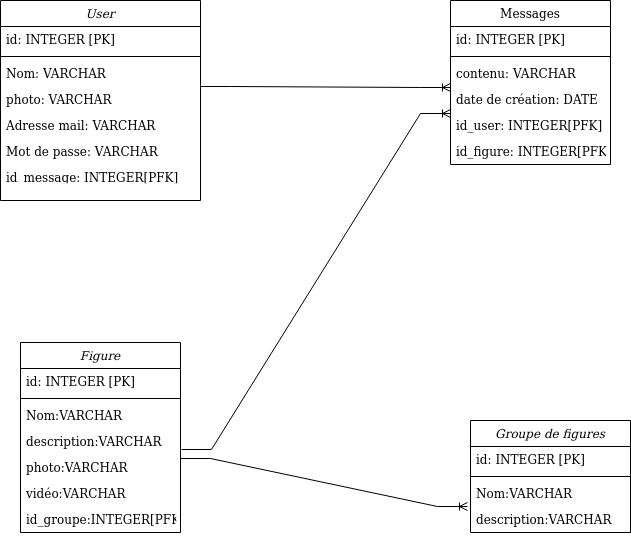
Earlier version of the draw.io export diagrammes de classes/mpd-snowtricks.png (marinejourdan/snowtricks). Source tidied: cells renumbered, new cells last; positions are measured from the earlier drawing's top-left corner, leaving out a move shared by most shapes.
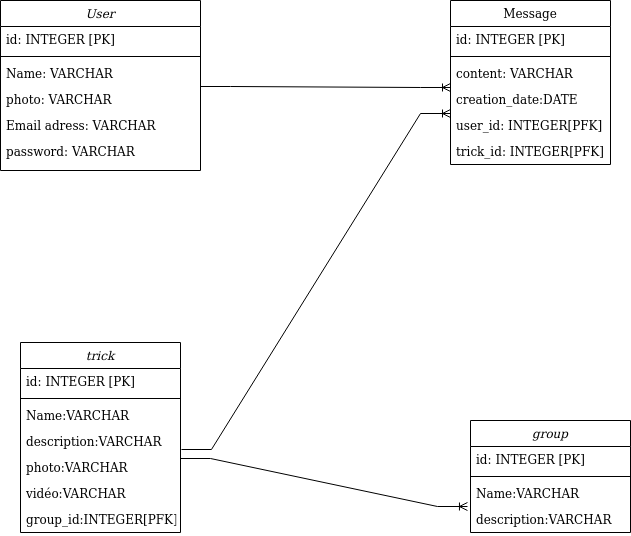
Later version of the same file.

Commit message:
#8 modif MPD

What changed in the source:
```diff
@@ -3,7 +3,7 @@
     <mxCell id="0" />
     <mxCell id="1" parent="0" />
     <mxCell id="2" value="User" style="swimlane;fontStyle=2;align=center;verticalAlign=top;horizontal=1;startSize=26;rounded=0;shadow=0;strokeWidth=1;" parent="1" vertex="1">
-      <mxGeometry width="200" height="200" as="geometry" />
+      <mxGeometry width="200" height="170" as="geometry" />
     </mxCell>
     <mxCell id="3" value="id: INTEGER [PK]" style="text;align=left;verticalAlign=top;spacingLeft=4;spacingRight=4;overflow=hidden;" parent="2" vertex="1">
       <mxGeometry y="26" width="200" height="26" as="geometry" />
@@ -11,7 +11,7 @@
     <mxCell id="4" style="line;html=1;strokeWidth=1;align=left;verticalAlign=middle;spacingTop=-1;spacingLeft=3;spacingRight=3;labelPosition=right;" parent="2" vertex="1">
       <mxGeometry y="52" width="200" height="8" as="geometry" />
     </mxCell>
-    <mxCell id="5" value="Nom: VARCHAR" style="text;align=left;verticalAlign=top;spacingLeft=4;spacingRight=4;overflow=hidden;" parent="2" vertex="1">
+    <mxCell id="5" value="Name: VARCHAR" style="text;align=left;verticalAlign=top;spacingLeft=4;spacingRight=4;overflow=hidden;" parent="2" vertex="1">
       <mxGeometry y="60" width="200" height="26" as="geometry" />
     </mxCell>
     <mxCell id="6" style="edgeStyle=entityRelationEdgeStyle;fontSize=12;html=1;endArrow=ERoneToMany;rounded=0;entryX=0;entryY=1.038;entryDx=0;entryDy=0;entryPerimeter=0;" parent="2" edge="1" target="14">
@@ -22,16 +22,13 @@
     <mxCell id="7" value="photo: VARCHAR&#10;" style="text;align=left;verticalAlign=top;spacingLeft=4;spacingRight=4;overflow=hidden;rounded=0;shadow=0;html=0;" parent="2" vertex="1">
       <mxGeometry y="86" width="200" height="26" as="geometry" />
     </mxCell>
-    <mxCell id="8" value="Adresse mail: VARCHAR" style="text;align=left;verticalAlign=top;spacingLeft=4;spacingRight=4;overflow=hidden;rounded=0;shadow=0;html=0;" parent="2" vertex="1">
+    <mxCell id="8" value="Email adress: VARCHAR" style="text;align=left;verticalAlign=top;spacingLeft=4;spacingRight=4;overflow=hidden;rounded=0;shadow=0;html=0;" parent="2" vertex="1">
       <mxGeometry y="112" width="200" height="26" as="geometry" />
     </mxCell>
-    <mxCell id="9" value="Mot de passe: VARCHAR" style="text;align=left;verticalAlign=top;spacingLeft=4;spacingRight=4;overflow=hidden;rounded=0;shadow=0;html=0;" parent="2" vertex="1">
+    <mxCell id="9" value="password: VARCHAR" style="text;align=left;verticalAlign=top;spacingLeft=4;spacingRight=4;overflow=hidden;rounded=0;shadow=0;html=0;" parent="2" vertex="1">
       <mxGeometry y="138" width="200" height="26" as="geometry" />
     </mxCell>
-    <mxCell id="10" value="id_message: INTEGER[PFK]" style="text;align=left;verticalAlign=top;spacingLeft=4;spacingRight=4;overflow=hidden;" parent="2" vertex="1">
-      <mxGeometry y="164" width="200" height="14" as="geometry" />
-    </mxCell>
-    <mxCell id="11" value="Messages" style="swimlane;fontStyle=0;align=center;verticalAlign=top;horizontal=1;startSize=26;rounded=0;shadow=0;strokeWidth=1;" parent="1" vertex="1">
+    <mxCell id="11" value="Message" style="swimlane;fontStyle=0;align=center;verticalAlign=top;horizontal=1;startSize=26;rounded=0;shadow=0;strokeWidth=1;" parent="1" vertex="1">
       <mxGeometry x="450" width="160" height="164" as="geometry" />
     </mxCell>
     <mxCell id="12" value="id: INTEGER [PK]" style="text;align=left;verticalAlign=top;spacingLeft=4;spacingRight=4;overflow=hidden;" parent="11" vertex="1">
@@ -40,19 +37,19 @@
     <mxCell id="13" style="line;html=1;strokeWidth=1;align=left;verticalAlign=middle;spacingTop=-1;spacingLeft=3;spacingRight=3;labelPosition=right;" parent="11" vertex="1">
       <mxGeometry y="52" width="160" height="8" as="geometry" />
     </mxCell>
-    <mxCell id="14" value="contenu: VARCHAR" style="text;align=left;verticalAlign=top;spacingLeft=4;spacingRight=4;overflow=hidden;points=[[0,0.5],[1,0.5]];portConstraint=eastwest;" parent="11" vertex="1">
+    <mxCell id="14" value="content: VARCHAR" style="text;align=left;verticalAlign=top;spacingLeft=4;spacingRight=4;overflow=hidden;points=[[0,0.5],[1,0.5]];portConstraint=eastwest;" parent="11" vertex="1">
       <mxGeometry y="60" width="160" height="26" as="geometry" />
     </mxCell>
-    <mxCell id="15" value="date de création: DATE" style="text;align=left;verticalAlign=top;spacingLeft=4;spacingRight=4;overflow=hidden;rounded=0;shadow=0;html=0;" parent="11" vertex="1">
+    <mxCell id="15" value="creation_date:DATE" style="text;align=left;verticalAlign=top;spacingLeft=4;spacingRight=4;overflow=hidden;rounded=0;shadow=0;html=0;" parent="11" vertex="1">
       <mxGeometry y="86" width="160" height="26" as="geometry" />
     </mxCell>
-    <mxCell id="16" value="id_user: INTEGER[PFK]" style="text;align=left;verticalAlign=top;spacingLeft=4;spacingRight=4;overflow=hidden;" parent="11" vertex="1">
+    <mxCell id="16" value="user_id: INTEGER[PFK]" style="text;align=left;verticalAlign=top;spacingLeft=4;spacingRight=4;overflow=hidden;" parent="11" vertex="1">
       <mxGeometry y="112" width="160" height="26" as="geometry" />
     </mxCell>
-    <mxCell id="17" value="id_figure: INTEGER[PFK]" style="text;align=left;verticalAlign=top;spacingLeft=4;spacingRight=4;overflow=hidden;" parent="11" vertex="1">
+    <mxCell id="17" value="trick_id: INTEGER[PFK]" style="text;align=left;verticalAlign=top;spacingLeft=4;spacingRight=4;overflow=hidden;" parent="11" vertex="1">
       <mxGeometry y="138" width="160" height="26" as="geometry" />
     </mxCell>
-    <mxCell id="18" value="Figure" style="swimlane;fontStyle=2;align=center;verticalAlign=top;horizontal=1;startSize=26;rounded=0;shadow=0;strokeWidth=1;" parent="1" vertex="1">
+    <mxCell id="18" value="trick" style="swimlane;fontStyle=2;align=center;verticalAlign=top;horizontal=1;startSize=26;rounded=0;shadow=0;strokeWidth=1;" parent="1" vertex="1">
       <mxGeometry x="20" y="342" width="160" height="190" as="geometry" />
     </mxCell>
     <mxCell id="19" value="id: INTEGER [PK]" style="text;align=left;verticalAlign=top;spacingLeft=4;spacingRight=4;overflow=hidden;" parent="18" vertex="1">
@@ -61,7 +58,7 @@
     <mxCell id="20" style="line;html=1;strokeWidth=1;align=left;verticalAlign=middle;spacingTop=-1;spacingLeft=3;spacingRight=3;labelPosition=right;" parent="18" vertex="1">
       <mxGeometry y="52" width="160" height="8" as="geometry" />
     </mxCell>
-    <mxCell id="21" value="Nom:VARCHAR    " style="text;align=left;verticalAlign=top;spacingLeft=4;spacingRight=4;overflow=hidden;" parent="18" vertex="1">
+    <mxCell id="21" value="Name:VARCHAR    " style="text;align=left;verticalAlign=top;spacingLeft=4;spacingRight=4;overflow=hidden;" parent="18" vertex="1">
       <mxGeometry y="60" width="160" height="26" as="geometry" />
     </mxCell>
     <mxCell id="22" value="description:VARCHAR  " style="text;align=left;verticalAlign=top;spacingLeft=4;spacingRight=4;overflow=hidden;points=[[0,0.5],[1,0.5]];portConstraint=eastwest;rounded=0;shadow=0;html=0;" parent="18" vertex="1">
@@ -73,10 +70,10 @@
     <mxCell id="24" value="vidéo:VARCHAR  " style="text;align=left;verticalAlign=top;spacingLeft=4;spacingRight=4;overflow=hidden;rounded=0;shadow=0;html=0;" parent="18" vertex="1">
       <mxGeometry y="138" width="160" height="26" as="geometry" />
     </mxCell>
-    <mxCell id="25" value="id_groupe:INTEGER[PFK]" style="text;align=left;verticalAlign=top;spacingLeft=4;spacingRight=4;overflow=hidden;" parent="18" vertex="1">
+    <mxCell id="25" value="group_id:INTEGER[PFK]" style="text;align=left;verticalAlign=top;spacingLeft=4;spacingRight=4;overflow=hidden;" parent="18" vertex="1">
       <mxGeometry y="164" width="160" height="26" as="geometry" />
     </mxCell>
-    <mxCell id="26" value="Groupe de figures" style="swimlane;fontStyle=2;align=center;verticalAlign=top;horizontal=1;startSize=26;rounded=0;shadow=0;strokeWidth=1;" parent="1" vertex="1">
+    <mxCell id="26" value="group" style="swimlane;fontStyle=2;align=center;verticalAlign=top;horizontal=1;startSize=26;rounded=0;shadow=0;strokeWidth=1;" parent="1" vertex="1">
       <mxGeometry x="470" y="420" width="160" height="112" as="geometry" />
     </mxCell>
     <mxCell id="27" value="id: INTEGER [PK]" style="text;align=left;verticalAlign=top;spacingLeft=4;spacingRight=4;overflow=hidden;" parent="26" vertex="1">
@@ -85,7 +82,7 @@
     <mxCell id="28" style="line;html=1;strokeWidth=1;align=left;verticalAlign=middle;spacingTop=-1;spacingLeft=3;spacingRight=3;labelPosition=right;" parent="26" vertex="1">
       <mxGeometry y="52" width="160" height="8" as="geometry" />
     </mxCell>
-    <mxCell id="29" value="Nom:VARCHAR    " style="text;align=left;verticalAlign=top;spacingLeft=4;spacingRight=4;overflow=hidden;" parent="26" vertex="1">
+    <mxCell id="29" value="Name:VARCHAR    " style="text;align=left;verticalAlign=top;spacingLeft=4;spacingRight=4;overflow=hidden;" parent="26" vertex="1">
       <mxGeometry y="60" width="160" height="26" as="geometry" />
     </mxCell>
     <mxCell id="30" value="description:VARCHAR" style="text;align=left;verticalAlign=top;spacingLeft=4;spacingRight=4;overflow=hidden;points=[[0,0.5],[1,0.5]];portConstraint=eastwest;rounded=0;shadow=0;html=0;" parent="26" vertex="1">
```
